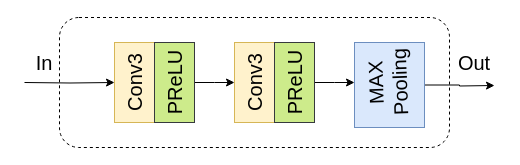
Before: test.drawio in ARSwhut/ARSWhut.github.io, a draw.io diagram. Source tidied: cells renumbered, new cells numbered last; positions are measured from the earlier drawing's top-left corner, leaving out a move shared by most shapes. Both pictures are drawn from the tidied source at 100%, with x=0, y=0 at pixel (24, 17).
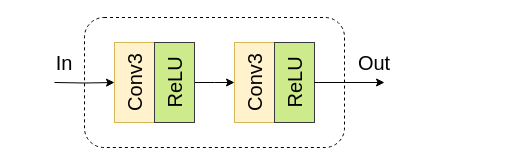
After the change.

The change refers to these unchanged cells:
```xml
<mxCell id="3" style="rounded=0;whiteSpace=wrap;html=1;fillColor=#fff2cc;strokeColor=#d6b656;" parent="1" vertex="1">
  <mxGeometry x="90" y="25" width="40" height="80" as="geometry" />
</mxCell>
<mxCell id="6" style="rounded=0;whiteSpace=wrap;html=1;fillColor=#cdeb8b;strokeColor=#36393d;" parent="1" vertex="1">
  <mxGeometry x="130" y="25" width="40" height="80" as="geometry" />
</mxCell>
<mxCell id="11" style="rounded=0;whiteSpace=wrap;html=1;fillColor=#cdeb8b;strokeColor=#36393d;" parent="1" vertex="1">
  <mxGeometry x="250" y="25" width="40" height="80" as="geometry" />
</mxCell>
```

Diff of the diagram source:
```diff
@@
-    <mxCell id="2" style="rounded=1;whiteSpace=wrap;html=1;fontSize=20;labelBackgroundColor=none;fontColor=#000000;dashed=1;" parent="1" vertex="1">
-      <mxGeometry x="35" width="390" height="130" as="geometry" />
-    </mxCell>
+    <mxCell id="19" style="rounded=1;whiteSpace=wrap;html=1;fontSize=20;labelBackgroundColor=none;fontColor=#000000;dashed=1;" parent="1" vertex="1">
+      <mxGeometry x="60" width="260" height="130" as="geometry" />
+    </mxCell>
@@
-    <mxCell id="5" style="edgeStyle=orthogonalEdgeStyle;rounded=0;jettySize=auto;html=1;exitX=1;exitY=0.5;exitDx=0;exitDy=0;fontSize=20;fontColor=#000000;" parent="1" edge="1" source="6">
-      <mxGeometry relative="1" as="geometry">
-        <mxPoint x="210" y="65" as="targetPoint" />
-      </mxGeometry>
-    </mxCell>
+    <mxCell id="20" style="edgeStyle=orthogonalEdgeStyle;rounded=0;jettySize=auto;html=1;exitX=1;exitY=0.5;exitDx=0;exitDy=0;fontSize=20;fontColor=#000000;" parent="1" edge="1" source="6">
+      <mxGeometry relative="1" as="geometry">
+        <mxPoint x="210" y="65" as="targetPoint" />
+      </mxGeometry>
+    </mxCell>
@@
-    <mxCell id="7" value="PReLU" style="text;html=1;strokeColor=none;fillColor=none;align=center;verticalAlign=middle;whiteSpace=wrap;rounded=0;rotation=-90;fontSize=20;" parent="1" vertex="1">
-      <mxGeometry x="130" y="55" width="40" height="20" as="geometry" />
-    </mxCell>
+    <mxCell id="21" value="ReLU" style="text;html=1;strokeColor=none;fillColor=none;align=center;verticalAlign=middle;whiteSpace=wrap;rounded=0;rotation=-90;fontSize=20;" parent="1" vertex="1">
+      <mxGeometry x="130" y="55" width="40" height="20" as="geometry" />
+    </mxCell>
@@
-    <mxCell id="10" style="edgeStyle=orthogonalEdgeStyle;rounded=0;jettySize=auto;html=1;exitX=1;exitY=0.5;exitDx=0;exitDy=0;fontSize=20;fontColor=#000000;" parent="1" edge="1" source="11">
-      <mxGeometry relative="1" as="geometry">
-        <mxPoint x="330" y="65" as="targetPoint" />
-      </mxGeometry>
-    </mxCell>
@@
-    <mxCell id="12" value="PReLU" style="text;html=1;strokeColor=none;fillColor=none;align=center;verticalAlign=middle;whiteSpace=wrap;rounded=0;rotation=-90;fontSize=20;" parent="1" vertex="1">
-      <mxGeometry x="250" y="55" width="40" height="20" as="geometry" />
-    </mxCell>
-    <mxCell id="13" style="edgeStyle=orthogonalEdgeStyle;rounded=0;jettySize=auto;html=1;exitX=1;exitY=0.5;exitDx=0;exitDy=0;fontSize=20;fontColor=#000000;" parent="1" edge="1" source="14">
-      <mxGeometry relative="1" as="geometry">
-        <mxPoint x="470" y="68" as="targetPoint" />
-      </mxGeometry>
-    </mxCell>
-    <mxCell id="14" style="rounded=0;whiteSpace=wrap;html=1;fillColor=#dae8fc;strokeColor=#6c8ebf;" parent="1" vertex="1">
-      <mxGeometry x="330" y="25" width="70" height="85" as="geometry" />
-    </mxCell>
-    <mxCell id="15" value="MAX&lt;br&gt;Pooling" style="text;html=1;strokeColor=none;fillColor=none;align=center;verticalAlign=middle;whiteSpace=wrap;rounded=0;dashed=1;labelBackgroundColor=none;fontSize=20;fontColor=#000000;rotation=-92;" parent="1" vertex="1">
-      <mxGeometry x="323" y="55" width="80" height="20" as="geometry" />
-    </mxCell>
-    <mxCell id="16" style="edgeStyle=orthogonalEdgeStyle;rounded=0;jettySize=auto;html=1;entryX=0;entryY=0.5;entryDx=0;entryDy=0;fontSize=20;fontColor=#000000;" parent="1" edge="1" target="3">
-      <mxGeometry relative="1" as="geometry">
-        <mxPoint y="65" as="sourcePoint" />
-      </mxGeometry>
-    </mxCell>
+    <mxCell id="22" value="ReLU" style="text;html=1;strokeColor=none;fillColor=none;align=center;verticalAlign=middle;whiteSpace=wrap;rounded=0;rotation=-90;fontSize=20;" parent="1" vertex="1">
+      <mxGeometry x="250" y="55" width="40" height="20" as="geometry" />
+    </mxCell>
+    <mxCell id="23" style="edgeStyle=orthogonalEdgeStyle;rounded=0;orthogonalLoop=1;jettySize=auto;html=1;exitX=1;exitY=0.5;exitDx=0;exitDy=0;fontSize=20;fontColor=#000000;" parent="1" edge="1">
+      <mxGeometry relative="1" as="geometry">
+        <mxPoint x="290" y="65" as="sourcePoint" />
+        <mxPoint x="360" y="65" as="targetPoint" />
+      </mxGeometry>
+    </mxCell>
+    <mxCell id="24" style="edgeStyle=orthogonalEdgeStyle;rounded=0;jettySize=auto;html=1;entryX=0;entryY=0.5;entryDx=0;entryDy=0;fontSize=20;fontColor=#000000;" parent="1" edge="1" target="3">
+      <mxGeometry relative="1" as="geometry">
+        <mxPoint x="30" y="65" as="sourcePoint" />
+      </mxGeometry>
+    </mxCell>
     <mxCell id="17" value="In" style="text;html=1;strokeColor=none;fillColor=none;align=center;verticalAlign=middle;whiteSpace=wrap;rounded=0;dashed=1;labelBackgroundColor=none;fontSize=20;fontColor=#000000;" parent="1" vertex="1">
-      <mxGeometry y="35" width="40" height="20" as="geometry" />
+      <mxGeometry x="20" y="35" width="40" height="20" as="geometry" />
     </mxCell>
     <mxCell id="18" value="Out" style="text;html=1;strokeColor=none;fillColor=none;align=center;verticalAlign=middle;whiteSpace=wrap;rounded=0;dashed=1;labelBackgroundColor=none;fontSize=20;fontColor=#000000;" parent="1" vertex="1">
-      <mxGeometry x="430" y="35" width="40" height="20" as="geometry" />
+      <mxGeometry x="330" y="35" width="40" height="20" as="geometry" />
     </mxCell>
```
